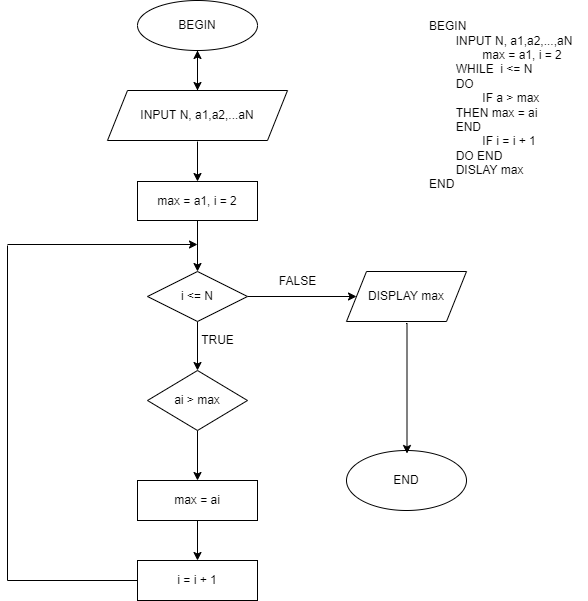
Above: module_1/ss3_pseudo_code_flowchart/bai_tap/tim_so_lon_nhat_trong_day.png in Camvan955/C0722G1_NguyenThiCamVan_module1 (draw.io), before the change. Source tidied: cells renumbered, new cells last; positions are measured from the earlier drawing's top-left corner, leaving out a move shared by most shapes.
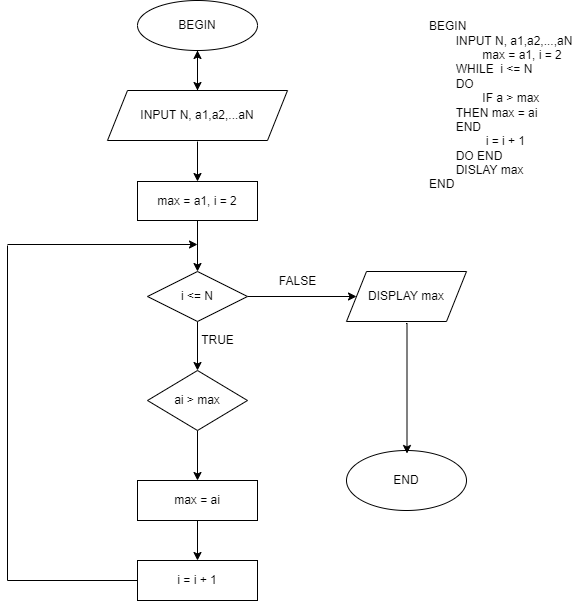
Later version of the same file.

The edit, as a diff of the source:
```diff
@@ -94,7 +94,7 @@
     <mxCell id="24" value="TRUE" style="text;html=1;align=center;verticalAlign=middle;strokeColor=none;fillColor=none;" parent="1" vertex="1">
       <mxGeometry x="185" y="330" width="50" height="20" as="geometry" />
     </mxCell>
-    <mxCell id="25" value="BEGIN&lt;br&gt;&lt;span style=&quot;&quot;&gt;&#9;&lt;span style=&quot;&quot;&gt;&#9;&lt;/span&gt;&lt;/span&gt;&lt;span style=&quot;white-space: pre;&quot;&gt;&#9;&lt;/span&gt;INPUT N, a1,a2,...,aN&lt;br&gt;&lt;span style=&quot;&quot;&gt;&#9;&lt;span style=&quot;&quot;&gt;&#9;&lt;/span&gt;&lt;/span&gt;&lt;span style=&quot;white-space: pre;&quot;&gt;&#9;&lt;/span&gt;&lt;span style=&quot;white-space: pre;&quot;&gt;&#9;&lt;/span&gt;max = a1, i = 2&lt;br&gt;&lt;span style=&quot;&quot;&gt;&#9;&lt;/span&gt;&lt;span style=&quot;white-space: pre;&quot;&gt;&#9;&lt;/span&gt;WHILE&amp;nbsp;&amp;nbsp;i &amp;lt;= N&amp;nbsp;&lt;br&gt;&lt;span style=&quot;&quot;&gt;&#9;&lt;/span&gt;&lt;span style=&quot;white-space: pre;&quot;&gt;&#9;&lt;/span&gt;DO&lt;br&gt;&lt;span style=&quot;&quot;&gt;&#9;&lt;/span&gt;&lt;span style=&quot;&quot;&gt;&#9;&lt;/span&gt;&lt;span style=&quot;white-space: pre;&quot;&gt;&#9;&lt;/span&gt;&lt;span style=&quot;white-space: pre;&quot;&gt;&#9;&lt;/span&gt;IF a &amp;gt; max&lt;br&gt;&lt;span style=&quot;&quot;&gt;&#9;&lt;/span&gt;&lt;span style=&quot;&quot;&gt;&#9;&lt;/span&gt;&lt;span style=&quot;&quot;&gt;&#9;&lt;/span&gt;&lt;span style=&quot;white-space: pre;&quot;&gt;&#9;&lt;/span&gt;THEN max = ai&lt;br&gt;&lt;span style=&quot;&quot;&gt;&#9;&lt;span style=&quot;&quot;&gt;&#9;&lt;/span&gt;&lt;/span&gt;&lt;span style=&quot;white-space: pre;&quot;&gt;&#9;&lt;/span&gt;END&amp;nbsp;&lt;br&gt;&lt;span style=&quot;&quot;&gt;&#9;&lt;/span&gt;&lt;span style=&quot;&quot;&gt;&#9;&lt;/span&gt;&amp;nbsp; &lt;span style=&quot;white-space: pre;&quot;&gt;&#9;&lt;/span&gt;&lt;span style=&quot;white-space: pre;&quot;&gt;&#9;&lt;/span&gt;IF i = i + 1&lt;br&gt;&lt;span style=&quot;&quot;&gt;&#9;&lt;span style=&quot;white-space: pre;&quot;&gt;&#9;&lt;/span&gt;D&lt;/span&gt;O END&lt;br&gt;&lt;span style=&quot;white-space: pre;&quot;&gt;&#9;&lt;/span&gt;DISLAY max&lt;br&gt;END" style="text;html=1;align=left;verticalAlign=middle;strokeColor=none;fillColor=none;" parent="1" vertex="1">
+    <mxCell id="25" value="BEGIN&lt;br&gt;&lt;span style=&quot;&quot;&gt;&#9;&lt;span style=&quot;&quot;&gt;&#9;&lt;/span&gt;&lt;/span&gt;&lt;span style=&quot;white-space: pre;&quot;&gt;&#9;&lt;/span&gt;INPUT N, a1,a2,...,aN&lt;br&gt;&lt;span style=&quot;&quot;&gt;&#9;&lt;span style=&quot;&quot;&gt;&#9;&lt;/span&gt;&lt;/span&gt;&lt;span style=&quot;white-space: pre;&quot;&gt;&#9;&lt;/span&gt;&lt;span style=&quot;white-space: pre;&quot;&gt;&#9;&lt;/span&gt;max = a1, i = 2&lt;br&gt;&lt;span style=&quot;&quot;&gt;&#9;&lt;/span&gt;&lt;span style=&quot;white-space: pre;&quot;&gt;&#9;&lt;/span&gt;WHILE&amp;nbsp;&amp;nbsp;i &amp;lt;= N&amp;nbsp;&lt;br&gt;&lt;span style=&quot;&quot;&gt;&#9;&lt;/span&gt;&lt;span style=&quot;white-space: pre;&quot;&gt;&#9;&lt;/span&gt;DO&lt;br&gt;&lt;span style=&quot;&quot;&gt;&#9;&lt;/span&gt;&lt;span style=&quot;&quot;&gt;&#9;&lt;/span&gt;&lt;span style=&quot;white-space: pre;&quot;&gt;&#9;&lt;/span&gt;&lt;span style=&quot;white-space: pre;&quot;&gt;&#9;&lt;/span&gt;IF a &amp;gt; max&lt;br&gt;&lt;span style=&quot;&quot;&gt;&#9;&lt;/span&gt;&lt;span style=&quot;&quot;&gt;&#9;&lt;/span&gt;&lt;span style=&quot;&quot;&gt;&#9;&lt;/span&gt;&lt;span style=&quot;white-space: pre;&quot;&gt;&#9;&lt;/span&gt;THEN max = ai&lt;br&gt;&lt;span style=&quot;&quot;&gt;&#9;&lt;span style=&quot;&quot;&gt;&#9;&lt;/span&gt;&lt;/span&gt;&lt;span style=&quot;white-space: pre;&quot;&gt;&#9;&lt;/span&gt;END&amp;nbsp;&lt;br&gt;&lt;span style=&quot;&quot;&gt;&#9;&lt;/span&gt;&lt;span style=&quot;&quot;&gt;&#9;&lt;/span&gt;&amp;nbsp; &lt;span style=&quot;white-space: pre;&quot;&gt;&#9;&lt;/span&gt;&lt;span style=&quot;white-space: pre;&quot;&gt;&#9;&lt;/span&gt;&amp;nbsp;i = i + 1&lt;br&gt;&lt;span style=&quot;&quot;&gt;&#9;&lt;span style=&quot;white-space: pre;&quot;&gt;&#9;&lt;/span&gt;D&lt;/span&gt;O END&lt;br&gt;&lt;span style=&quot;white-space: pre;&quot;&gt;&#9;&lt;/span&gt;DISLAY max&lt;br&gt;END" style="text;html=1;align=left;verticalAlign=middle;strokeColor=none;fillColor=none;" parent="1" vertex="1">
       <mxGeometry x="420" y="20" width="160" height="170" as="geometry" />
     </mxCell>
   </root>
```
